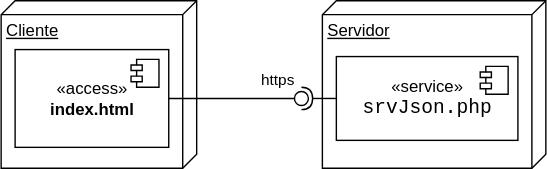
Earlier version of the draw.io export docs/img/m09srvjson/srvjsondistribucion.drawio.svg (gilpgawoas/gilpgawoas.github.io). Source tidied: cells renumbered, new cells last; positions are measured from the earlier drawing's top-left corner, leaving out a move shared by most shapes.
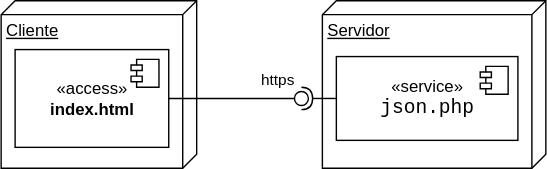
Later version of the same file.

Change to the diagram source:
```diff
@@ -16,7 +16,7 @@
     <mxCell id="5" value="Servidor" style="verticalAlign=top;align=left;spacingTop=8;spacingLeft=2;spacingRight=12;shape=cube;size=10;direction=south;fontStyle=4;html=1;" parent="1" vertex="1">
       <mxGeometry x="230" width="160" height="120" as="geometry" />
     </mxCell>
-    <mxCell id="6" value="«service»&lt;br&gt;&lt;font face=&quot;Consolas, Courier New, monospace&quot;&gt;&lt;span style=&quot;font-size: 14px; background-color: rgb(255, 255, 255);&quot;&gt;srvJson.php&lt;/span&gt;&lt;/font&gt;" style="html=1;" parent="1" vertex="1">
+    <mxCell id="6" value="«service»&lt;br&gt;&lt;font face=&quot;Consolas, Courier New, monospace&quot;&gt;&lt;span style=&quot;font-size: 14px; background-color: rgb(255, 255, 255);&quot;&gt;json.php&lt;/span&gt;&lt;/font&gt;" style="html=1;" parent="1" vertex="1">
       <mxGeometry x="240" y="40" width="130" height="60" as="geometry" />
     </mxCell>
     <mxCell id="7" style="shape=module;jettyWidth=8;jettyHeight=4;" parent="6" vertex="1">
```
